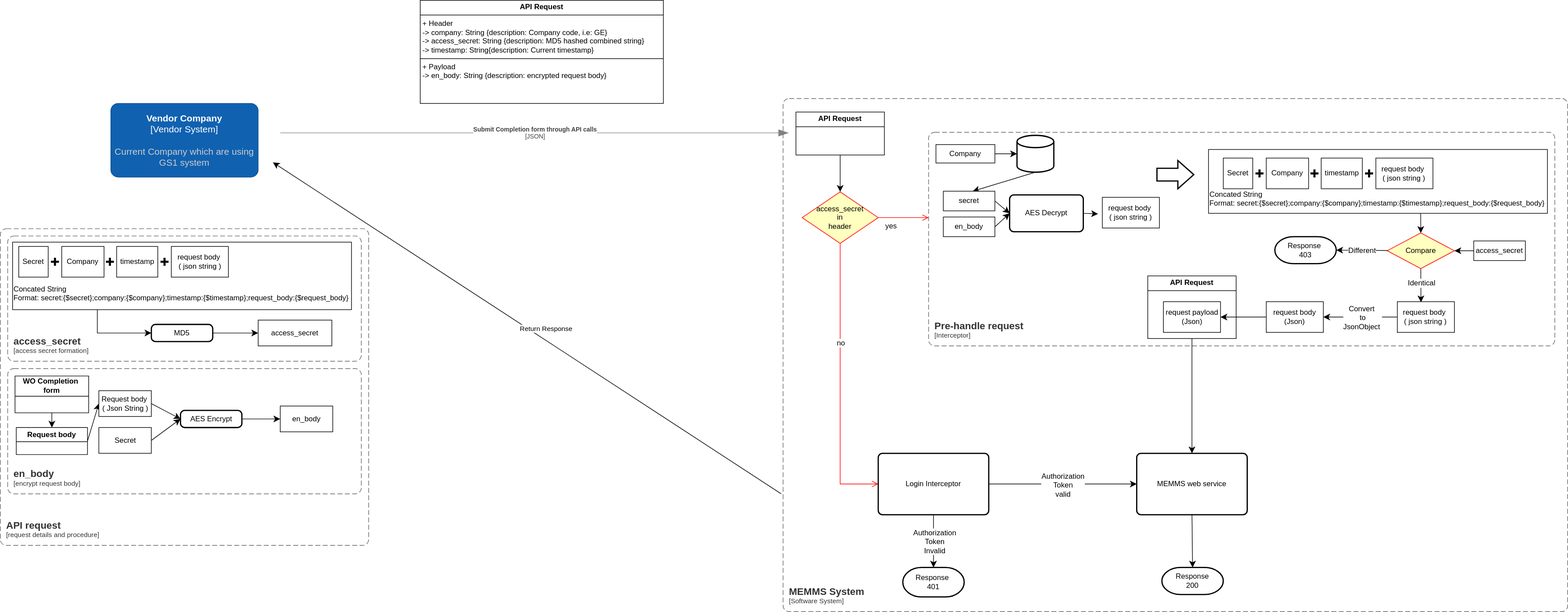
This is docs/MEMMS/attachment/api_gateway_draft.svg from charlieccs/Notes_Foam, a draw.io export, as it was before one commit. Source tidied: cells renumbered, new cells last; positions are measured from the earlier drawing's top-left corner, leaving out a move shared by most shapes.
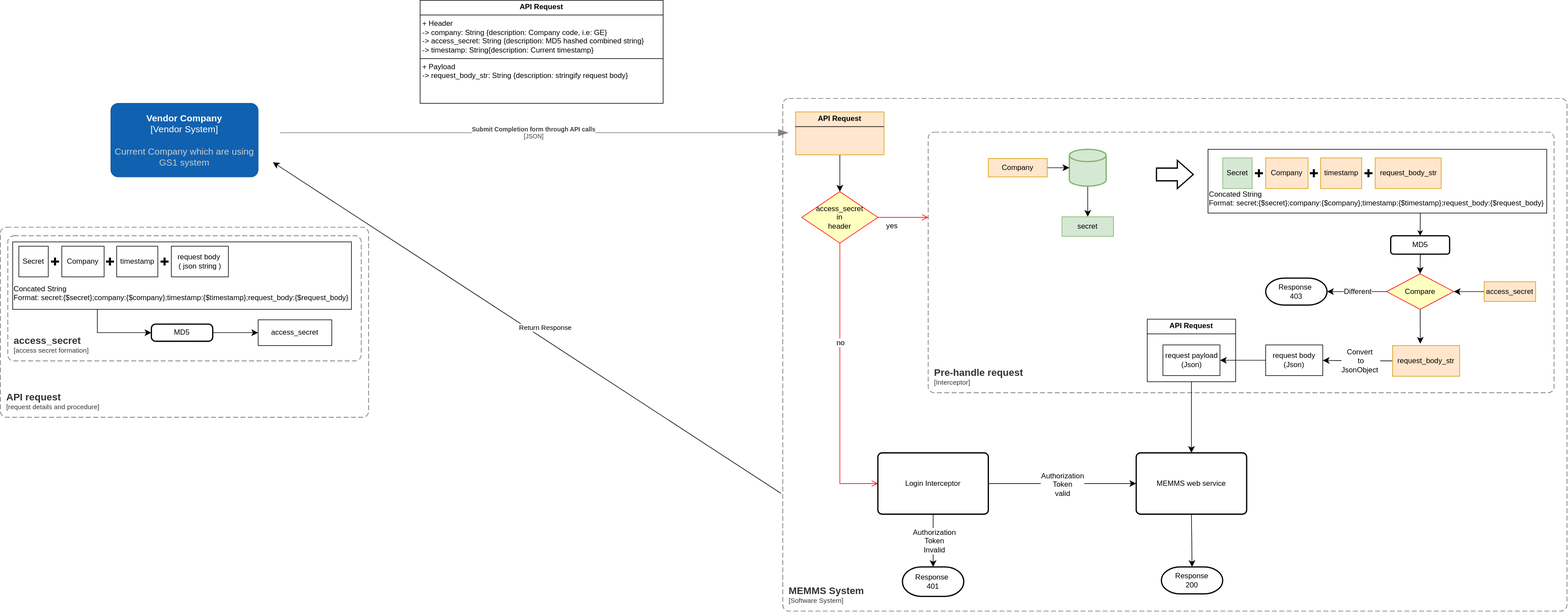
After the commit.

What changed in the source:
```diff
@@ -24,6 +24,6 @@
       <mxCell style="rounded=1;fontSize=11;whiteSpace=wrap;html=1;dashed=1;arcSize=20;fillColor=none;strokeColor=#666666;fontColor=#333333;labelBackgroundColor=none;align=left;verticalAlign=bottom;labelBorderColor=none;spacingTop=0;spacing=10;dashPattern=8 4;perimeter=rectanglePerimeter;noLabel=0;labelPadding=0;absoluteArcSize=1;convertToSvg=1;" parent="1" vertex="1">
-        <mxGeometry y="372" width="600" height="516" as="geometry" />
+        <mxGeometry y="370" width="600" height="310" as="geometry" />
       </mxCell>
     </object>
-    <mxCell id="6" value="&lt;p style=&quot;margin:0px;margin-top:4px;text-align:center;&quot;&gt;&lt;b&gt;API Request&lt;/b&gt;&lt;/p&gt;&lt;hr size=&quot;1&quot; style=&quot;border-style:solid;&quot;&gt;&lt;p style=&quot;margin:0px;margin-left:4px;&quot;&gt;+ Header&lt;/p&gt;&lt;p style=&quot;margin:0px;margin-left:4px;&quot;&gt;-&amp;gt; company: String {description: Company code, i.e: GE}&lt;/p&gt;&lt;p style=&quot;margin:0px;margin-left:4px;&quot;&gt;-&amp;gt; access_secret: String {description: MD5 hashed combined string}&lt;/p&gt;&lt;p style=&quot;margin:0px;margin-left:4px;&quot;&gt;-&amp;gt; timestamp: String{description: Current timestamp}&amp;nbsp;&lt;/p&gt;&lt;hr size=&quot;1&quot; style=&quot;border-style:solid;&quot;&gt;&lt;p style=&quot;margin:0px;margin-left:4px;&quot;&gt;+ Payload&lt;/p&gt;&lt;p style=&quot;margin:0px;margin-left:4px;&quot;&gt;-&amp;gt; en_body: String {description: encrypted request body}&lt;/p&gt;" style="verticalAlign=top;align=left;overflow=fill;html=1;whiteSpace=wrap;convertToSvg=1;" parent="1" vertex="1">
+    <mxCell id="6" value="&lt;p style=&quot;margin:0px;margin-top:4px;text-align:center;&quot;&gt;&lt;b&gt;API Request&lt;/b&gt;&lt;/p&gt;&lt;hr size=&quot;1&quot; style=&quot;border-style:solid;&quot;&gt;&lt;p style=&quot;margin:0px;margin-left:4px;&quot;&gt;+ Header&lt;/p&gt;&lt;p style=&quot;margin:0px;margin-left:4px;&quot;&gt;-&amp;gt; company: String {description: Company code, i.e: GE}&lt;/p&gt;&lt;p style=&quot;margin:0px;margin-left:4px;&quot;&gt;-&amp;gt; access_secret: String {description: MD5 hashed combined string}&lt;/p&gt;&lt;p style=&quot;margin:0px;margin-left:4px;&quot;&gt;-&amp;gt; timestamp: String{description: Current timestamp}&amp;nbsp;&lt;/p&gt;&lt;hr size=&quot;1&quot; style=&quot;border-style:solid;&quot;&gt;&lt;p style=&quot;margin:0px;margin-left:4px;&quot;&gt;+ Payload&lt;/p&gt;&lt;p style=&quot;margin:0px;margin-left:4px;&quot;&gt;-&amp;gt; request_body_str: String {description: stringify request body}&lt;/p&gt;" style="verticalAlign=top;align=left;overflow=fill;html=1;whiteSpace=wrap;convertToSvg=1;" parent="1" vertex="1">
       <mxGeometry x="684" width="396" height="168" as="geometry" />
@@ -62,40 +62,2 @@
     </mxCell>
-    <object id="17" label="&lt;font style=&quot;font-size: 16px&quot;&gt;&lt;b&gt;&lt;div style=&quot;text-align: left&quot;&gt;%c4Name%&lt;/div&gt;&lt;/b&gt;&lt;/font&gt;&lt;div style=&quot;text-align: left&quot;&gt;[%c4Application%]&lt;/div&gt;" c4Application="encrypt request body" c4Name="en_body" c4Type="SystemScopeBoundary" placeholders="1">
-      <mxCell style="rounded=1;fontSize=11;whiteSpace=wrap;html=1;dashed=1;arcSize=20;fillColor=none;strokeColor=#666666;fontColor=#333333;labelBackgroundColor=none;align=left;verticalAlign=bottom;labelBorderColor=none;spacingTop=0;spacing=10;dashPattern=8 4;perimeter=rectanglePerimeter;noLabel=0;labelPadding=0;absoluteArcSize=1;convertToSvg=1;" parent="1" vertex="1">
-        <mxGeometry x="12" y="600" width="576" height="204" as="geometry" />
-      </mxCell>
-    </object>
-    <mxCell id="18" style="edgeStyle=none;curved=1;rounded=0;jettySize=auto;html=1;exitX=0.5;exitY=1;exitDx=0;exitDy=0;fontSize=12;startSize=8;endSize=8;convertToSvg=1;" parent="1" edge="1" source="19" target="21">
-      <mxGeometry relative="1" as="geometry" />
-    </mxCell>
-    <mxCell id="19" value="&lt;div&gt;WO Completion&amp;nbsp;&lt;/div&gt;&lt;div&gt;form&lt;/div&gt;" style="swimlane;whiteSpace=wrap;html=1;startSize=33;convertToSvg=1;" parent="1" vertex="1">
-      <mxGeometry x="24" y="612" width="120" height="60" as="geometry" />
-    </mxCell>
-    <mxCell id="20" style="edgeStyle=none;curved=1;rounded=0;jettySize=auto;html=1;exitX=1;exitY=0.5;exitDx=0;exitDy=0;entryX=0;entryY=0.5;entryDx=0;entryDy=0;fontSize=12;startSize=8;endSize=8;convertToSvg=1;" parent="1" edge="1" source="21" target="23">
-      <mxGeometry relative="1" as="geometry" />
-    </mxCell>
-    <mxCell id="21" value="Request body" style="swimlane;whiteSpace=wrap;html=1;convertToSvg=1;" parent="1" vertex="1">
-      <mxGeometry x="26" y="696" width="116" height="44" as="geometry" />
-    </mxCell>
-    <mxCell id="22" style="edgeStyle=none;curved=1;rounded=0;jettySize=auto;html=1;exitX=1;exitY=0.5;exitDx=0;exitDy=0;entryX=0;entryY=0.5;entryDx=0;entryDy=0;fontSize=12;startSize=8;endSize=8;convertToSvg=1;" parent="1" edge="1" source="23" target="27">
-      <mxGeometry relative="1" as="geometry" />
-    </mxCell>
-    <mxCell id="23" value="&lt;div&gt;Request body&amp;nbsp;&lt;/div&gt;&lt;div&gt;( Json String )&lt;/div&gt;" style="rounded=0;whiteSpace=wrap;html=1;convertToSvg=1;" parent="1" vertex="1">
-      <mxGeometry x="160.5" y="636" width="85.5" height="42" as="geometry" />
-    </mxCell>
-    <mxCell id="24" style="edgeStyle=none;curved=1;rounded=0;jettySize=auto;html=1;entryX=0;entryY=0.5;entryDx=0;entryDy=0;fontSize=12;startSize=8;endSize=8;exitX=1;exitY=0.5;exitDx=0;exitDy=0;convertToSvg=1;" parent="1" edge="1" source="25" target="27">
-      <mxGeometry relative="1" as="geometry" />
-    </mxCell>
-    <mxCell id="25" value="Secret" style="rounded=0;whiteSpace=wrap;html=1;convertToSvg=1;" parent="1" vertex="1">
-      <mxGeometry x="160.5" y="696" width="85.5" height="42" as="geometry" />
-    </mxCell>
-    <mxCell id="26" style="edgeStyle=none;curved=1;rounded=0;jettySize=auto;html=1;exitX=1;exitY=0.5;exitDx=0;exitDy=0;entryX=0;entryY=0.5;entryDx=0;entryDy=0;fontSize=12;startSize=8;endSize=8;convertToSvg=1;" parent="1" edge="1" source="27" target="28">
-      <mxGeometry relative="1" as="geometry" />
-    </mxCell>
-    <mxCell id="27" value="AES Encrypt" style="rounded=1;whiteSpace=wrap;html=1;absoluteArcSize=1;arcSize=14;strokeWidth=2;convertToSvg=1;" parent="1" vertex="1">
-      <mxGeometry x="293.5" y="668" width="100" height="28" as="geometry" />
-    </mxCell>
-    <mxCell id="28" value="en_body" style="rounded=0;whiteSpace=wrap;html=1;convertToSvg=1;" parent="1" vertex="1">
-      <mxGeometry x="456" y="661" width="85.5" height="42" as="geometry" />
-    </mxCell>
     <mxCell id="29" style="edgeStyle=none;curved=1;rounded=0;jettySize=auto;html=1;exitX=1;exitY=0.5;exitDx=0;exitDy=0;fontSize=12;startSize=8;endSize=8;convertToSvg=1;" parent="1" edge="1" source="30" target="31">
@@ -109,9 +71,7 @@
     </mxCell>
-    <mxCell id="32" style="edgeStyle=none;curved=1;rounded=0;jettySize=auto;html=1;exitX=0.5;exitY=1;exitDx=0;exitDy=0;exitPerimeter=0;fontSize=12;startSize=8;endSize=8;" parent="1" edge="1" source="33">
-      <mxGeometry relative="1" as="geometry">
-        <mxPoint x="1584" y="311" as="targetPoint" />
-      </mxGeometry>
+    <mxCell id="32" style="edgeStyle=none;curved=1;rounded=0;jettySize=auto;html=1;exitX=0.5;exitY=1;exitDx=0;exitDy=0;exitPerimeter=0;fontSize=12;startSize=8;endSize=8;" parent="1" edge="1" source="33" target="37">
+      <mxGeometry relative="1" as="geometry" />
     </mxCell>
-    <mxCell id="33" style="strokeWidth=2;html=1;shape=mxgraph.flowchart.database;whiteSpace=wrap;" parent="1" vertex="1">
-      <mxGeometry x="1656" y="220" width="60" height="60" as="geometry" />
+    <mxCell id="33" style="strokeWidth=2;html=1;shape=mxgraph.flowchart.database;whiteSpace=wrap;fillColor=#d5e8d4;strokeColor=#82b366;" parent="1" vertex="1">
+      <mxGeometry x="1742" y="243" width="60" height="60" as="geometry" />
     </mxCell>
@@ -120,10 +80,7 @@
     </mxCell>
-    <mxCell id="35" value="Company" style="rounded=0;whiteSpace=wrap;html=1;" parent="1" vertex="1">
-      <mxGeometry x="1524" y="235" width="96" height="30" as="geometry" />
+    <mxCell id="35" value="Company" style="rounded=0;whiteSpace=wrap;html=1;fillColor=#ffe6cc;strokeColor=#d79b00;" parent="1" vertex="1">
+      <mxGeometry x="1610" y="258" width="96" height="30" as="geometry" />
     </mxCell>
-    <mxCell id="36" style="edgeStyle=none;curved=1;rounded=0;jettySize=auto;html=1;exitX=1;exitY=0.5;exitDx=0;exitDy=0;entryX=0;entryY=0.5;entryDx=0;entryDy=0;fontSize=12;startSize=8;endSize=8;" parent="1" edge="1" source="37" target="53">
-      <mxGeometry relative="1" as="geometry" />
-    </mxCell>
-    <mxCell id="37" value="secret" style="rounded=0;whiteSpace=wrap;html=1;" parent="1" vertex="1">
-      <mxGeometry x="1536" y="311" width="84" height="32" as="geometry" />
+    <mxCell id="37" value="secret" style="rounded=0;whiteSpace=wrap;html=1;fillColor=#d5e8d4;strokeColor=#82b366;" parent="1" vertex="1">
+      <mxGeometry x="1730" y="353" width="84" height="32" as="geometry" />
     </mxCell>
@@ -132,3 +89,3 @@
     </mxCell>
-    <mxCell id="39" value="&lt;p style=&quot;margin:0px;margin-top:4px;text-align:center;&quot;&gt;&lt;b&gt;API Request&lt;/b&gt;&lt;/p&gt;&lt;hr size=&quot;1&quot; style=&quot;border-style:solid;&quot;&gt;" style="verticalAlign=top;align=left;overflow=fill;html=1;whiteSpace=wrap;convertToSvg=1;" parent="1" vertex="1">
+    <mxCell id="39" value="&lt;p style=&quot;margin:0px;margin-top:4px;text-align:center;&quot;&gt;&lt;b&gt;API Request&lt;/b&gt;&lt;/p&gt;&lt;hr size=&quot;1&quot; style=&quot;border-style:solid;&quot;&gt;" style="verticalAlign=top;align=left;overflow=fill;html=1;whiteSpace=wrap;convertToSvg=1;fillColor=#ffe6cc;strokeColor=#d79b00;" parent="1" vertex="1">
       <mxGeometry x="1296" y="182" width="144" height="70" as="geometry" />
@@ -137,3 +94,3 @@
       <mxCell style="rounded=1;fontSize=11;whiteSpace=wrap;html=1;dashed=1;arcSize=20;fillColor=none;strokeColor=#666666;fontColor=#333333;labelBackgroundColor=none;align=left;verticalAlign=bottom;labelBorderColor=none;spacingTop=0;spacing=10;dashPattern=8 4;perimeter=rectanglePerimeter;noLabel=0;labelPadding=0;absoluteArcSize=1;" parent="1" vertex="1">
-        <mxGeometry x="1512" y="215" width="1020" height="348" as="geometry" />
+        <mxGeometry x="1512" y="215" width="1020" height="425" as="geometry" />
       </mxCell>
@@ -174,22 +131,16 @@
     </mxCell>
-    <mxCell id="50" style="edgeStyle=none;curved=1;rounded=0;jettySize=auto;html=1;exitX=1;exitY=0.5;exitDx=0;exitDy=0;entryX=0;entryY=0.5;entryDx=0;entryDy=0;fontSize=12;startSize=8;endSize=8;" parent="1" edge="1" source="51" target="53">
-      <mxGeometry relative="1" as="geometry" />
-    </mxCell>
-    <mxCell id="51" value="en_body" style="rounded=0;whiteSpace=wrap;html=1;" parent="1" vertex="1">
-      <mxGeometry x="1536" y="353" width="84" height="32" as="geometry" />
-    </mxCell>
-    <mxCell id="52" style="edgeStyle=none;curved=1;rounded=0;jettySize=auto;html=1;exitX=1;exitY=0.5;exitDx=0;exitDy=0;fontSize=12;startSize=8;endSize=8;" parent="1" edge="1" source="53">
-      <mxGeometry relative="1" as="geometry">
-        <mxPoint x="1788" y="348" as="targetPoint" />
-      </mxGeometry>
-    </mxCell>
-    <mxCell id="53" value="AES Decrypt" style="rounded=1;whiteSpace=wrap;html=1;absoluteArcSize=1;arcSize=14;strokeWidth=2;" parent="1" vertex="1">
-      <mxGeometry x="1644" y="317" width="120" height="60" as="geometry" />
-    </mxCell>
-    <mxCell id="54" value="&lt;div&gt;request body&amp;nbsp;&lt;/div&gt;&lt;div&gt;( json string )&lt;/div&gt;" style="html=1;whiteSpace=wrap;convertToSvg=1;" parent="1" vertex="1">
-      <mxGeometry x="1795" y="321" width="93" height="50" as="geometry" />
-    </mxCell>
-    <mxCell id="55" style="edgeStyle=none;curved=1;rounded=0;jettySize=auto;html=1;entryX=0.5;entryY=0;entryDx=0;entryDy=0;fontSize=12;startSize=8;endSize=8;exitX=0.626;exitY=1.005;exitDx=0;exitDy=0;exitPerimeter=0;" parent="1" edge="1" source="56" target="67">
-      <mxGeometry relative="1" as="geometry" />
+    <mxCell id="55" style="edgeStyle=none;curved=1;rounded=0;jettySize=auto;html=1;entryX=0.5;entryY=0;entryDx=0;entryDy=0;fontSize=12;startSize=8;endSize=8;" parent="1" edge="1" target="67">
+      <mxGeometry relative="1" as="geometry">
+        <mxPoint x="2314" y="420" as="sourcePoint" />
+        <Array as="points">
+          <mxPoint x="2314" y="430" />
+          <mxPoint x="2314" y="360" />
+        </Array>
+      </mxGeometry>
     </mxCell>
+    <mxCell id="87" style="edgeStyle=none;html=1;entryX=0.5;entryY=0;entryDx=0;entryDy=0;" parent="1" edge="1" target="88">
+      <mxGeometry relative="1" as="geometry">
+        <mxPoint x="2314" y="340" as="sourcePoint" />
+      </mxGeometry>
+    </mxCell>
     <mxCell id="56" value="&lt;div&gt;&lt;br&gt;&lt;/div&gt;&lt;div&gt;&lt;br&gt;&lt;/div&gt;&lt;div&gt;&lt;br&gt;&lt;/div&gt;&lt;div&gt;&lt;br&gt;&lt;/div&gt;&lt;div&gt;Concated String&lt;/div&gt;&lt;div&gt;Format: secret:{$secret};company:{$company};timestamp:{$timestamp};request_body:{$request_body}&lt;/div&gt;" style="html=1;whiteSpace=wrap;align=left;convertToSvg=1;" parent="1" vertex="1">
@@ -200,13 +151,13 @@
     </mxCell>
-    <mxCell id="58" value="Company" style="html=1;whiteSpace=wrap;convertToSvg=1;" parent="1" vertex="1">
+    <mxCell id="58" value="Company" style="html=1;whiteSpace=wrap;convertToSvg=1;fillColor=#ffe6cc;strokeColor=#d79b00;" parent="1" vertex="1">
       <mxGeometry x="2062" y="257" width="69" height="50" as="geometry" />
     </mxCell>
-    <mxCell id="59" value="timestamp" style="html=1;whiteSpace=wrap;convertToSvg=1;" parent="1" vertex="1">
+    <mxCell id="59" value="timestamp" style="html=1;whiteSpace=wrap;convertToSvg=1;fillColor=#ffe6cc;strokeColor=#d79b00;" parent="1" vertex="1">
       <mxGeometry x="2151.5" y="257" width="67" height="50" as="geometry" />
     </mxCell>
-    <mxCell id="60" value="Secret" style="html=1;whiteSpace=wrap;convertToSvg=1;" parent="1" vertex="1">
+    <mxCell id="60" value="Secret" style="html=1;whiteSpace=wrap;convertToSvg=1;fillColor=#d5e8d4;strokeColor=#82b366;" parent="1" vertex="1">
       <mxGeometry x="1992" y="257" width="48" height="50" as="geometry" />
     </mxCell>
-    <mxCell id="61" value="&lt;div&gt;request body&amp;nbsp;&lt;/div&gt;&lt;div&gt;( json string )&lt;/div&gt;" style="html=1;whiteSpace=wrap;convertToSvg=1;" parent="1" vertex="1">
-      <mxGeometry x="2240.5" y="257" width="93" height="50" as="geometry" />
+    <mxCell id="61" value="&lt;div&gt;request_body_str&lt;/div&gt;" style="html=1;whiteSpace=wrap;convertToSvg=1;fillColor=#ffe6cc;strokeColor=#d79b00;" parent="1" vertex="1">
+      <mxGeometry x="2240.5" y="257" width="107.5" height="50" as="geometry" />
     </mxCell>
@@ -221,5 +172,5 @@
     </mxCell>
-    <mxCell id="65" style="edgeStyle=none;curved=1;rounded=0;jettySize=auto;html=1;exitX=0.5;exitY=1;exitDx=0;exitDy=0;fontSize=12;startSize=8;endSize=8;" parent="1" edge="1" source="67">
+    <mxCell id="65" style="rounded=0;jettySize=auto;html=1;exitX=0.5;exitY=1;exitDx=0;exitDy=0;fontSize=12;startSize=8;endSize=8;" parent="1" edge="1" source="67">
       <mxGeometry relative="1" as="geometry">
-        <mxPoint x="2314" y="492" as="targetPoint" />
+        <mxPoint x="2314" y="560" as="targetPoint" />
       </mxGeometry>
@@ -227,6 +178,8 @@
     <mxCell id="66" value="Identical" style="edgeLabel;html=1;align=center;verticalAlign=middle;fontSize=12;" parent="65" vertex="1">
-      <mxGeometry x="-0.15" relative="1" as="geometry" />
+      <mxGeometry x="-0.15" relative="1" as="geometry">
+        <mxPoint y="71" as="offset" />
+      </mxGeometry>
     </mxCell>
     <mxCell id="67" value="Compare" style="rhombus;whiteSpace=wrap;html=1;fontColor=#000000;fillColor=#ffffc0;strokeColor=#ff0000;" parent="1" vertex="1">
-      <mxGeometry x="2259" y="379" width="109.5" height="58" as="geometry" />
+      <mxGeometry x="2259" y="446" width="109.5" height="58" as="geometry" />
     </mxCell>
@@ -238,7 +191,7 @@
     </mxCell>
-    <mxCell id="70" value="access_secret" style="rounded=0;whiteSpace=wrap;html=1;" parent="1" vertex="1">
-      <mxGeometry x="2400" y="392" width="84" height="32" as="geometry" />
+    <mxCell id="70" value="access_secret" style="rounded=0;whiteSpace=wrap;html=1;fillColor=#ffe6cc;strokeColor=#d79b00;" parent="1" vertex="1">
+      <mxGeometry x="2418" y="459" width="84" height="32" as="geometry" />
     </mxCell>
     <mxCell id="71" value="&lt;div&gt;Response&amp;nbsp;&lt;/div&gt;&lt;div&gt;403&lt;/div&gt;" style="strokeWidth=2;html=1;shape=mxgraph.flowchart.terminator;whiteSpace=wrap;" parent="1" vertex="1">
-      <mxGeometry x="2076" y="385" width="100" height="44" as="geometry" />
+      <mxGeometry x="2062" y="453" width="100" height="44" as="geometry" />
     </mxCell>
@@ -258,4 +211,4 @@
     </mxCell>
-    <mxCell id="76" value="&lt;div&gt;request body&amp;nbsp;&lt;/div&gt;&lt;div&gt;( json string )&lt;/div&gt;" style="html=1;whiteSpace=wrap;convertToSvg=1;" parent="1" vertex="1">
-      <mxGeometry x="2275.5" y="491" width="93" height="50" as="geometry" />
+    <mxCell id="76" value="&lt;div&gt;request_body_str&lt;/div&gt;" style="html=1;whiteSpace=wrap;convertToSvg=1;fillColor=#ffe6cc;strokeColor=#d79b00;" parent="1" vertex="1">
+      <mxGeometry x="2268.8" y="563" width="109.2" height="50" as="geometry" />
     </mxCell>
@@ -265,3 +218,3 @@
     <mxCell id="78" value="&lt;div&gt;request body&lt;/div&gt;&lt;div&gt;(Json)&lt;/div&gt;" style="html=1;whiteSpace=wrap;convertToSvg=1;" parent="1" vertex="1">
-      <mxGeometry x="2062" y="491" width="93" height="50" as="geometry" />
+      <mxGeometry x="2062" y="562" width="93" height="50" as="geometry" />
     </mxCell>
@@ -288,6 +241,6 @@
     <mxCell id="84" value="&lt;p style=&quot;margin:0px;margin-top:4px;text-align:center;&quot;&gt;&lt;b&gt;API Request&lt;/b&gt;&lt;/p&gt;&lt;hr size=&quot;1&quot; style=&quot;border-style:solid;&quot;&gt;" style="verticalAlign=top;align=left;overflow=fill;html=1;whiteSpace=wrap;convertToSvg=1;" parent="1" vertex="1">
-      <mxGeometry x="1869" y="449" width="144" height="102" as="geometry" />
+      <mxGeometry x="1869" y="520" width="144" height="102" as="geometry" />
     </mxCell>
     <mxCell id="85" value="&lt;div&gt;request payload&lt;/div&gt;&lt;div&gt;(Json)&lt;/div&gt;" style="html=1;whiteSpace=wrap;convertToSvg=1;" parent="1" vertex="1">
-      <mxGeometry x="1894.5" y="491" width="93" height="50" as="geometry" />
+      <mxGeometry x="1894.5" y="562" width="93" height="50" as="geometry" />
     </mxCell>
@@ -296,2 +249,5 @@
     </mxCell>
+    <mxCell id="88" value="MD5" style="rounded=1;whiteSpace=wrap;html=1;shadow=0;glass=0;fillStyle=auto;strokeWidth=2;" parent="1" vertex="1">
+      <mxGeometry x="2265.8" y="384" width="96" height="30" as="geometry" />
+    </mxCell>
   </root>
```
